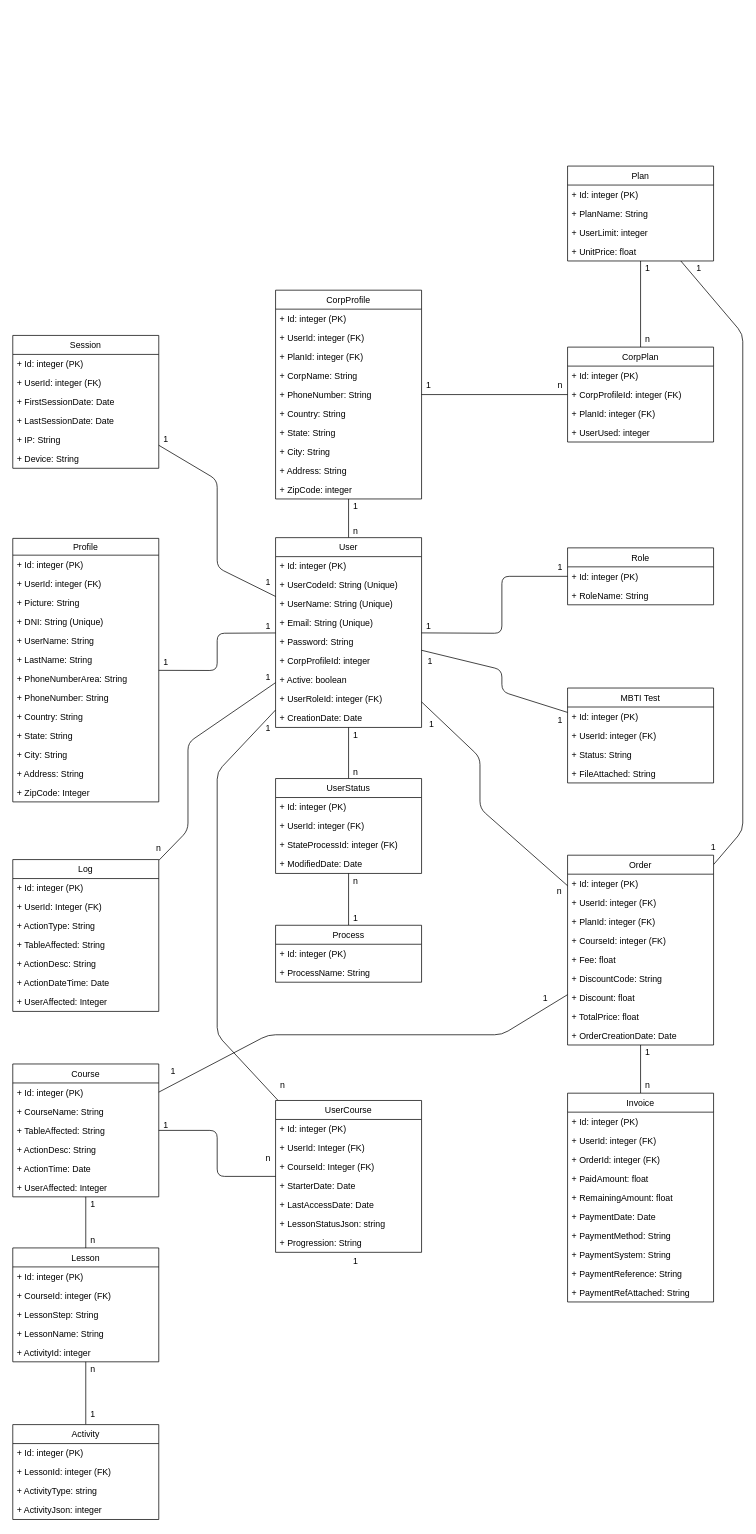
Before: documentation/ModeloBaseDatos.drawio in correakarl/TheTypeFactor, a draw.io diagram. Source tidied: cells renumbered, new cells numbered last; positions are measured from the earlier drawing's top-left corner, leaving out a move shared by most shapes. Both pictures are drawn from the tidied source at 73%, with x=0, y=0 at pixel (12, 166).
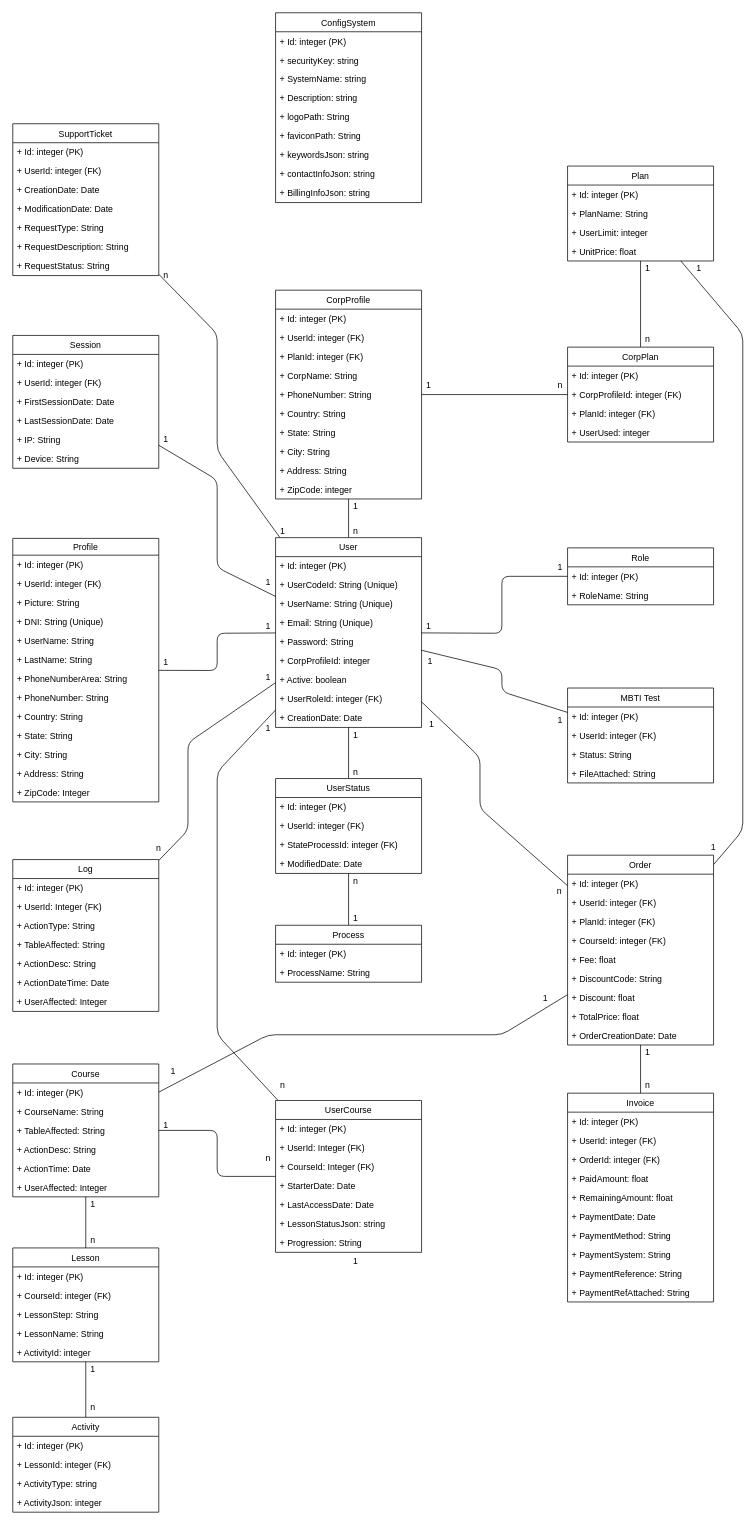
After the change.

The change refers to these unchanged cells:
```xml
<mxCell id="21" value="User" style="swimlane;fontStyle=0;horizontal=1;startSize=26;fillColor=#FFFFFF;" parent="1" vertex="1">
  <mxGeometry x="360" y="509" width="200" height="260" as="geometry" />
</mxCell>
```

The edit, as a diff of the source:
```diff
@@
+    <mxCell id="180" style="edgeStyle=none;html=1;endArrow=none;endFill=0;" parent="1" edge="1" source="21" target="181">
+      <mxGeometry relative="1" as="geometry">
+        <Array as="points">
+          <mxPoint x="280" y="390" />
+          <mxPoint x="280" y="230" />
+        </Array>
+      </mxGeometry>
+    </mxCell>
@@
     <mxCell id="170" value="Activity" style="swimlane;fontStyle=0;horizontal=1;startSize=26;fillColor=#FFFFFF;" parent="1" vertex="1">
-      <mxGeometry y="1724" width="200" height="130" as="geometry" />
+      <mxGeometry y="1714" width="200" height="130" as="geometry" />
     </mxCell>
@@
-    <mxCell id="175" value="1" style="text;html=1;strokeColor=none;fillColor=none;align=center;verticalAlign=middle;whiteSpace=wrap;rounded=0;" parent="1" vertex="1">
-      <mxGeometry x="100" y="1700" width="20" height="20" as="geometry" />
+    <mxCell id="175" value="n" style="text;html=1;strokeColor=none;fillColor=none;align=center;verticalAlign=middle;whiteSpace=wrap;rounded=0;" parent="1" vertex="1">
+      <mxGeometry x="100" y="1690" width="20" height="20" as="geometry" />
     </mxCell>
-    <mxCell id="176" value="n" style="text;html=1;strokeColor=none;fillColor=none;align=center;verticalAlign=middle;whiteSpace=wrap;rounded=0;" parent="1" vertex="1">
+    <mxCell id="176" value="1" style="text;html=1;strokeColor=none;fillColor=none;align=center;verticalAlign=middle;whiteSpace=wrap;rounded=0;" parent="1" vertex="1">
       <mxGeometry x="100" y="1638" width="20" height="20" as="geometry" />
     </mxCell>
@@
+    <mxCell id="181" value="SupportTicket" style="swimlane;fontStyle=0;horizontal=1;startSize=26;fillColor=#FFFFFF;" parent="1" vertex="1">
+      <mxGeometry y="-58" width="200" height="208" as="geometry" />
+    </mxCell>
+    <mxCell id="182" value="+ Id: integer (PK)" style="text;strokeColor=none;fillColor=none;align=left;verticalAlign=top;spacingLeft=4;spacingRight=4;overflow=hidden;" parent="181" vertex="1">
+      <mxGeometry y="26" width="200" height="26" as="geometry" />
+    </mxCell>
+    <mxCell id="183" value="+ UserId: integer (FK)" style="text;strokeColor=none;fillColor=none;align=left;verticalAlign=top;spacingLeft=4;spacingRight=4;overflow=hidden;" parent="181" vertex="1">
+      <mxGeometry y="52" width="200" height="26" as="geometry" />
+    </mxCell>
+    <mxCell id="184" value="+ CreationDate: Date" style="text;strokeColor=none;fillColor=none;align=left;verticalAlign=top;spacingLeft=4;spacingRight=4;overflow=hidden;" parent="181" vertex="1">
+      <mxGeometry y="78" width="200" height="26" as="geometry" />
+    </mxCell>
+    <mxCell id="185" value="+ ModificationDate: Date" style="text;strokeColor=none;fillColor=none;align=left;verticalAlign=top;spacingLeft=4;spacingRight=4;overflow=hidden;" parent="181" vertex="1">
+      <mxGeometry y="104" width="200" height="26" as="geometry" />
+    </mxCell>
+    <mxCell id="186" value="+ RequestType: String" style="text;strokeColor=none;fillColor=none;align=left;verticalAlign=top;spacingLeft=4;spacingRight=4;overflow=hidden;" parent="181" vertex="1">
+      <mxGeometry y="130" width="200" height="26" as="geometry" />
+    </mxCell>
+    <mxCell id="187" value="+ RequestDescription: String" style="text;strokeColor=none;fillColor=none;align=left;verticalAlign=top;spacingLeft=4;spacingRight=4;overflow=hidden;" parent="181" vertex="1">
+      <mxGeometry y="156" width="200" height="26" as="geometry" />
+    </mxCell>
+    <mxCell id="188" value="+ RequestStatus: String" style="text;strokeColor=none;fillColor=none;align=left;verticalAlign=top;spacingLeft=4;spacingRight=4;overflow=hidden;" parent="181" vertex="1">
+      <mxGeometry y="182" width="200" height="26" as="geometry" />
+    </mxCell>
+    <mxCell id="189" value="ConfigSystem" style="swimlane;fontStyle=0;horizontal=1;startSize=26;fillColor=#FFFFFF;" parent="1" vertex="1">
+      <mxGeometry x="360" y="-210" width="200" height="260" as="geometry" />
+    </mxCell>
+    <mxCell id="190" value="+ Id: integer (PK)" style="text;strokeColor=none;fillColor=none;align=left;verticalAlign=top;spacingLeft=4;spacingRight=4;overflow=hidden;" parent="189" vertex="1">
+      <mxGeometry y="26" width="200" height="26" as="geometry" />
+    </mxCell>
+    <mxCell id="191" value="+ securityKey: string" style="text;strokeColor=none;fillColor=none;align=left;verticalAlign=top;spacingLeft=4;spacingRight=4;overflow=hidden;" parent="189" vertex="1">
+      <mxGeometry y="52" width="200" height="26" as="geometry" />
+    </mxCell>
+    <mxCell id="192" value="+ SystemName: string" style="text;strokeColor=none;fillColor=none;align=left;verticalAlign=top;spacingLeft=4;spacingRight=4;overflow=hidden;" parent="189" vertex="1">
+      <mxGeometry y="78" width="200" height="26" as="geometry" />
+    </mxCell>
+    <mxCell id="193" value="+ Description: string" style="text;strokeColor=none;fillColor=none;align=left;verticalAlign=top;spacingLeft=4;spacingRight=4;overflow=hidden;" parent="189" vertex="1">
+      <mxGeometry y="104" width="200" height="26" as="geometry" />
+    </mxCell>
+    <mxCell id="194" value="+ logoPath: String" style="text;strokeColor=none;fillColor=none;align=left;verticalAlign=top;spacingLeft=4;spacingRight=4;overflow=hidden;" parent="189" vertex="1">
+      <mxGeometry y="130" width="200" height="26" as="geometry" />
+    </mxCell>
+    <mxCell id="195" value="+ faviconPath: String" style="text;strokeColor=none;fillColor=none;align=left;verticalAlign=top;spacingLeft=4;spacingRight=4;overflow=hidden;" parent="189" vertex="1">
+      <mxGeometry y="156" width="200" height="26" as="geometry" />
+    </mxCell>
+    <mxCell id="196" value="+ keywordsJson: string" style="text;strokeColor=none;fillColor=none;align=left;verticalAlign=top;spacingLeft=4;spacingRight=4;overflow=hidden;" parent="189" vertex="1">
+      <mxGeometry y="182" width="200" height="26" as="geometry" />
+    </mxCell>
+    <mxCell id="197" value="+ contactInfoJson: string" style="text;strokeColor=none;fillColor=none;align=left;verticalAlign=top;spacingLeft=4;spacingRight=4;overflow=hidden;" parent="189" vertex="1">
+      <mxGeometry y="208" width="200" height="26" as="geometry" />
+    </mxCell>
+    <mxCell id="198" value="+ BillingInfoJson: string" style="text;strokeColor=none;fillColor=none;align=left;verticalAlign=top;spacingLeft=4;spacingRight=4;overflow=hidden;" parent="189" vertex="1">
+      <mxGeometry y="234" width="200" height="26" as="geometry" />
+    </mxCell>
+    <mxCell id="199" value="1" style="text;html=1;strokeColor=none;fillColor=none;align=center;verticalAlign=middle;whiteSpace=wrap;rounded=0;" parent="1" vertex="1">
+      <mxGeometry x="360" y="490" width="20" height="20" as="geometry" />
+    </mxCell>
+    <mxCell id="200" value="n" style="text;html=1;strokeColor=none;fillColor=none;align=center;verticalAlign=middle;whiteSpace=wrap;rounded=0;" parent="1" vertex="1">
+      <mxGeometry x="200" y="140" width="20" height="20" as="geometry" />
+    </mxCell>
```
